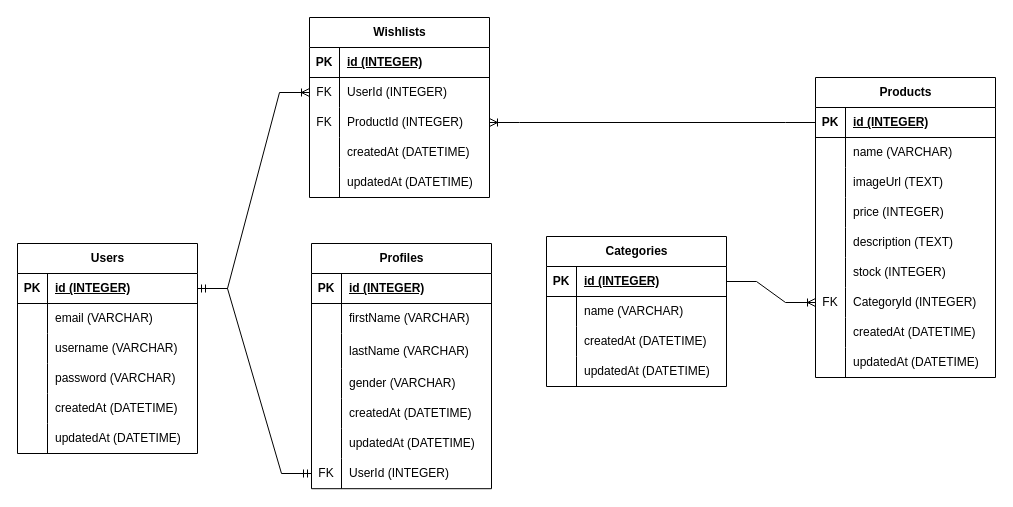
arifghiffari/PairProjectPhase1 keeps this draw.io diagram as e-commercePP.drawio. Above is the earlier version. Source tidied: cells renumbered, new cells numbered last; positions are measured from the earlier drawing's top-left corner, leaving out a move shared by most shapes. Both pictures are drawn from the tidied source at 100%, with x=0, y=0 at pixel (17, 17).
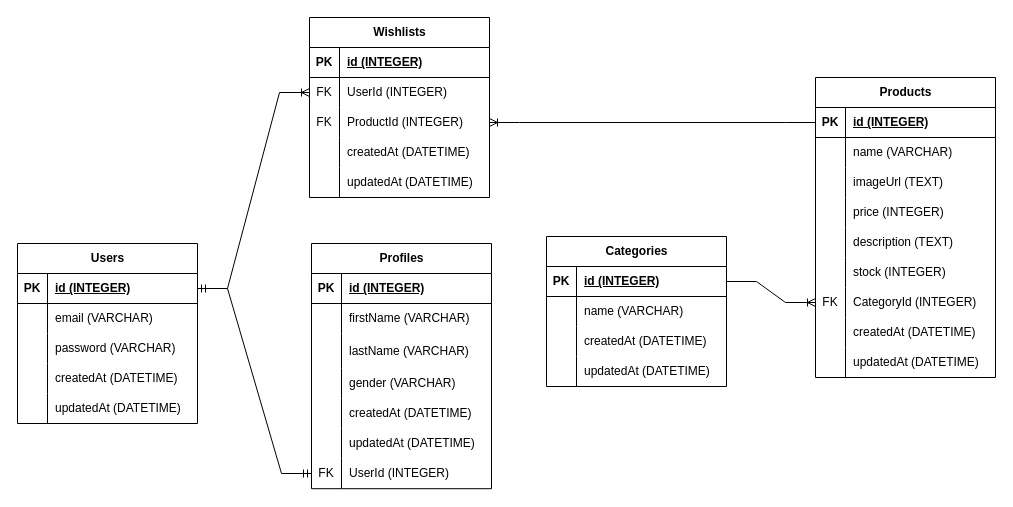
The same page after the edit.

Diff of the diagram source:
```diff
@@
     <mxCell id="61" value="Users" style="shape=table;startSize=30;childLayout=tableLayout;rowLines=0;fontStyle=1;align=center;html=1;" parent="1" vertex="1">
-      <mxGeometry y="226" width="180" height="210" as="geometry" />
+      <mxGeometry y="226" width="180" height="180" as="geometry" />
     </mxCell>
@@
-    <mxCell id="68" style="shape=tableRow;horizontal=0;startSize=0;swimlaneHead=0;swimlaneBody=0;fillColor=none;top=0;left=0;right=0;bottom=0;" parent="61" vertex="1">
-      <mxGeometry y="90" width="180" height="30" as="geometry" />
-    </mxCell>
-    <mxCell id="69" style="shape=partialRectangle;fillColor=none;top=0;left=0;bottom=0;right=0;overflow=hidden;whiteSpace=wrap;html=1;" parent="68" vertex="1">
-      <mxGeometry width="30" height="30" as="geometry" />
-    </mxCell>
-    <mxCell id="70" value="username (VARCHAR)" style="shape=partialRectangle;fillColor=none;top=0;left=0;bottom=0;right=0;align=left;spacingLeft=6;overflow=hidden;whiteSpace=wrap;html=1;" parent="68" vertex="1">
-      <mxGeometry x="30" width="150" height="30" as="geometry" />
-    </mxCell>
     <mxCell id="71" style="shape=tableRow;horizontal=0;startSize=0;swimlaneHead=0;swimlaneBody=0;fillColor=none;top=0;left=0;right=0;bottom=0;" parent="61" vertex="1">
-      <mxGeometry y="120" width="180" height="30" as="geometry" />
+      <mxGeometry y="90" width="180" height="30" as="geometry" />
     </mxCell>
@@
     <mxCell id="74" style="shape=tableRow;horizontal=0;startSize=0;swimlaneHead=0;swimlaneBody=0;fillColor=none;top=0;left=0;right=0;bottom=0;" parent="61" vertex="1">
-      <mxGeometry y="150" width="180" height="30" as="geometry" />
+      <mxGeometry y="120" width="180" height="30" as="geometry" />
     </mxCell>
@@
     <mxCell id="77" style="shape=tableRow;horizontal=0;startSize=0;swimlaneHead=0;swimlaneBody=0;fillColor=none;top=0;left=0;right=0;bottom=0;" parent="61" vertex="1">
-      <mxGeometry y="180" width="180" height="30" as="geometry" />
+      <mxGeometry y="150" width="180" height="30" as="geometry" />
     </mxCell>
```
